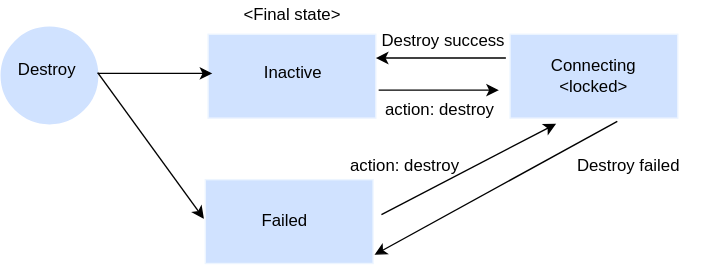
Earlier version of the draw.io export images/destroyworkspace.svg (ibm-cloud-docs/schematics). Source tidied: cells renumbered, new cells last; positions are measured from the earlier drawing's top-left corner, leaving out a move shared by most shapes.
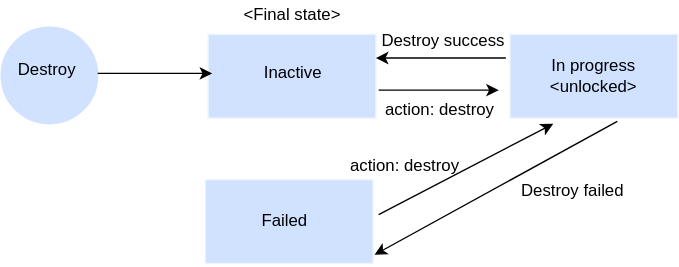
The same diagram one commit later.

What changed in the source:
```diff
@@ -2,63 +2,57 @@
   <root>
     <mxCell id="0" />
     <mxCell id="1" parent="0" />
-    <mxCell id="2" style="edgeStyle=orthogonalEdgeStyle;rounded=0;orthogonalLoop=1;jettySize=auto;html=1;" parent="1" edge="1">
-      <mxGeometry relative="1" as="geometry">
-        <mxPoint x="270" y="64" as="sourcePoint" />
-        <mxPoint x="356" y="64" as="targetPoint" />
-      </mxGeometry>
-    </mxCell>
+    <mxCell id="21" style="edgeStyle=orthogonalEdgeStyle;rounded=0;orthogonalLoop=1;jettySize=auto;html=1;" parent="1" edge="1">
+      <mxGeometry relative="1" as="geometry">
+        <mxPoint x="270" y="64" as="sourcePoint" />
+        <mxPoint x="356" y="64" as="targetPoint" />
+      </mxGeometry>
+    </mxCell>
     <mxCell id="3" style="rounded=0;whiteSpace=wrap;html=1;fillColor=#d0e2ff;strokeColor=#edf5ff;" parent="1" vertex="1">
       <mxGeometry x="148" y="24" width="120" height="60" as="geometry" />
     </mxCell>
     <mxCell id="4" style="rounded=0;whiteSpace=wrap;html=1;fillColor=#d0e2ff;strokeColor=#edf5ff;" parent="1" vertex="1">
       <mxGeometry x="146" y="128" width="120" height="60" as="geometry" />
     </mxCell>
-    <mxCell id="5" style="edgeStyle=orthogonalEdgeStyle;rounded=0;orthogonalLoop=1;jettySize=auto;html=1;entryX=1;entryY=0.5;entryDx=0;entryDy=0;" parent="1" edge="1">
-      <mxGeometry relative="1" as="geometry">
-        <mxPoint x="361" y="41" as="sourcePoint" />
-        <mxPoint x="268" y="41" as="targetPoint" />
-      </mxGeometry>
-    </mxCell>
+    <mxCell id="22" style="edgeStyle=orthogonalEdgeStyle;rounded=0;orthogonalLoop=1;jettySize=auto;html=1;entryX=1;entryY=0.5;entryDx=0;entryDy=0;" parent="1" edge="1">
+      <mxGeometry relative="1" as="geometry">
+        <mxPoint x="361" y="41" as="sourcePoint" />
+        <mxPoint x="268" y="41" as="targetPoint" />
+      </mxGeometry>
+    </mxCell>
     <mxCell id="6" style="rounded=0;whiteSpace=wrap;html=1;fillColor=#d0e2ff;strokeColor=#edf5ff;" parent="1" vertex="1">
       <mxGeometry x="364" y="24" width="120" height="60" as="geometry" />
     </mxCell>
     <mxCell id="7" value="&lt;font face=&quot;Arial&quot; style=&quot;font-size: 12px&quot;&gt;Failed&lt;/font&gt;" style="text;html=1;strokeColor=none;fillColor=none;align=center;verticalAlign=middle;whiteSpace=wrap;rounded=0;" parent="1" vertex="1">
       <mxGeometry x="169" y="146" width="68" height="24" as="geometry" />
     </mxCell>
-    <mxCell id="8" value="&lt;font face=&quot;Arial&quot; style=&quot;font-size: 12px&quot;&gt;Connecting&lt;br&gt;&amp;lt;locked&amp;gt;&lt;br&gt;&lt;/font&gt;" style="text;html=1;strokeColor=none;fillColor=none;align=center;verticalAlign=middle;whiteSpace=wrap;rounded=0;" parent="1" vertex="1">
-      <mxGeometry x="389" y="44" width="70" height="20" as="geometry" />
-    </mxCell>
+    <mxCell id="23" value="&lt;font face=&quot;Arial&quot; style=&quot;font-size: 12px&quot;&gt;In progress&lt;br&gt;&amp;lt;unlocked&amp;gt;&lt;br&gt;&lt;/font&gt;" style="text;html=1;strokeColor=none;fillColor=none;align=center;verticalAlign=middle;whiteSpace=wrap;rounded=0;" parent="1" vertex="1">
+      <mxGeometry x="389" y="44" width="70" height="20" as="geometry" />
+    </mxCell>
     <mxCell id="9" value="&lt;font face=&quot;Arial&quot; style=&quot;font-size: 12px&quot;&gt;Inactive&lt;/font&gt;" style="text;html=1;strokeColor=none;fillColor=none;align=center;verticalAlign=middle;whiteSpace=wrap;rounded=0;" parent="1" vertex="1">
       <mxGeometry x="174" y="42" width="70" height="20" as="geometry" />
     </mxCell>
     <mxCell id="10" value="&lt;font face=&quot;Arial&quot; style=&quot;font-size: 12px&quot;&gt;Destroy failed&lt;br&gt;&lt;/font&gt;" style="text;html=1;strokeColor=none;fillColor=none;align=center;verticalAlign=middle;whiteSpace=wrap;rounded=0;" parent="1" vertex="1">
-      <mxGeometry x="389" y="108" width="120" height="20" as="geometry" />
+      <mxGeometry x="349" y="126" width="120" height="20" as="geometry" />
     </mxCell>
     <mxCell id="11" style="ellipse;whiteSpace=wrap;html=1;fillColor=#D0E2FF;strokeColor=#D0E2FF;" parent="1" vertex="1">
       <mxGeometry y="19" width="69" height="69" as="geometry" />
     </mxCell>
-    <mxCell id="12" style="edgeStyle=orthogonalEdgeStyle;rounded=0;orthogonalLoop=1;jettySize=auto;html=1;" parent="1" edge="1">
-      <mxGeometry relative="1" as="geometry">
-        <mxPoint x="69" y="52" as="sourcePoint" />
-        <mxPoint x="151" y="52" as="targetPoint" />
-      </mxGeometry>
-    </mxCell>
+    <mxCell id="24" style="edgeStyle=orthogonalEdgeStyle;rounded=0;orthogonalLoop=1;jettySize=auto;html=1;" parent="1" edge="1">
+      <mxGeometry relative="1" as="geometry">
+        <mxPoint x="69" y="52" as="sourcePoint" />
+        <mxPoint x="151" y="52" as="targetPoint" />
+      </mxGeometry>
+    </mxCell>
     <mxCell id="13" value="&lt;font face=&quot;Arial&quot; style=&quot;font-size: 12px&quot;&gt;Destroy&lt;/font&gt;" style="text;html=1;strokeColor=none;fillColor=none;align=center;verticalAlign=middle;whiteSpace=wrap;rounded=0;" parent="1" vertex="1">
       <mxGeometry x="9" y="40" width="48" height="20" as="geometry" />
     </mxCell>
-    <mxCell id="14" style="html=1;labelBackgroundColor=#ffffff;endArrow=classic;endFill=1;endSize=6;jettySize=auto;orthogonalLoop=1;strokeWidth=1;fontSize=14;entryX=1;entryY=0.896;entryDx=0;entryDy=0;entryPerimeter=0;exitX=0.631;exitY=1.038;exitDx=0;exitDy=0;exitPerimeter=0;" parent="1" edge="1">
-      <mxGeometry relative="1" as="geometry">
-        <mxPoint x="440.7" y="86.3" as="sourcePoint" />
-        <mxPoint x="267" y="181.8" as="targetPoint" />
-      </mxGeometry>
-    </mxCell>
-    <mxCell id="15" style="html=1;labelBackgroundColor=#ffffff;endArrow=classic;endFill=1;endSize=6;jettySize=auto;orthogonalLoop=1;strokeWidth=1;fontSize=14;entryX=0;entryY=0.5;entryDx=0;entryDy=0;exitX=1;exitY=0.5;exitDx=0;exitDy=0;" parent="1" edge="1">
-      <mxGeometry relative="1" as="geometry">
-        <mxPoint x="69" y="51.5" as="sourcePoint" />
-        <mxPoint x="145" y="156" as="targetPoint" />
-      </mxGeometry>
-    </mxCell>
+    <mxCell id="25" style="html=1;labelBackgroundColor=#ffffff;endArrow=classic;endFill=1;endSize=6;jettySize=auto;orthogonalLoop=1;strokeWidth=1;fontSize=14;entryX=1;entryY=0.896;entryDx=0;entryDy=0;entryPerimeter=0;exitX=0.631;exitY=1.038;exitDx=0;exitDy=0;exitPerimeter=0;" parent="1" edge="1">
+      <mxGeometry relative="1" as="geometry">
+        <mxPoint x="440.7" y="86.3" as="sourcePoint" />
+        <mxPoint x="267" y="181.8" as="targetPoint" />
+      </mxGeometry>
+    </mxCell>
     <mxCell id="16" value="&lt;font face=&quot;Arial&quot; style=&quot;font-size: 12px&quot;&gt;Destroy success&lt;br&gt;&lt;/font&gt;" style="text;html=1;strokeColor=none;fillColor=none;align=center;verticalAlign=middle;whiteSpace=wrap;rounded=0;" parent="1" vertex="1">
       <mxGeometry x="259" y="19" width="115" height="20" as="geometry" />
     </mxCell>
@@ -71,11 +65,11 @@
     <mxCell id="19" value="&lt;font face=&quot;Arial&quot; style=&quot;font-size: 12px&quot;&gt;&amp;lt;Final state&amp;gt;&lt;/font&gt;" style="text;html=1;strokeColor=none;fillColor=none;align=center;verticalAlign=middle;whiteSpace=wrap;rounded=0;" parent="1" vertex="1">
       <mxGeometry x="167" width="83" height="20" as="geometry" />
     </mxCell>
-    <mxCell id="20" style="endArrow=classic;html=1;entryX=0.25;entryY=1;entryDx=0;entryDy=0;" parent="1" edge="1">
-      <mxGeometry relative="1" as="geometry">
-        <mxPoint x="272" y="153" as="sourcePoint" />
-        <mxPoint x="397" y="88" as="targetPoint" />
-      </mxGeometry>
-    </mxCell>
+    <mxCell id="26" style="endArrow=classic;html=1;entryX=0.25;entryY=1;entryDx=0;entryDy=0;" parent="1" edge="1">
+      <mxGeometry relative="1" as="geometry">
+        <mxPoint x="270" y="153" as="sourcePoint" />
+        <mxPoint x="395" y="88" as="targetPoint" />
+      </mxGeometry>
+    </mxCell>
   </root>
 </mxGraphModel>
```
